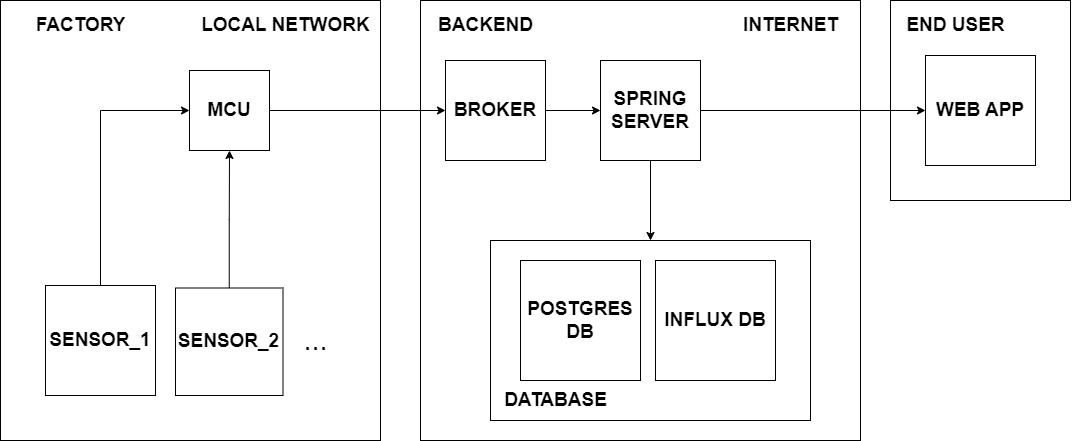
Before: Diagrams/System architecture (block diagram).drawio.png, a diagram exported from draw.io (MiguelRocha2001/PS-Monitor-IoT-System). Source tidied: cells renumbered, new cells last; positions are measured from the earlier drawing's top-left corner, leaving out a move shared by most shapes. Its diagram source:
```xml
<mxGraphModel>
  <root>
    <mxCell id="0" />
    <mxCell id="1" parent="0" />
    <mxCell id="2" style="rounded=0;whiteSpace=wrap;html=1;" parent="1" vertex="1">
      <mxGeometry width="380" height="440" as="geometry" />
    </mxCell>
    <mxCell id="3" value="FACTORY" style="text;html=1;align=center;verticalAlign=middle;strokeColor=none;fillColor=none;fontStyle=1;fontSize=19;" parent="1" vertex="1">
      <mxGeometry x="25" y="5" width="110" height="40" as="geometry" />
    </mxCell>
    <mxCell id="4" style="rounded=0;whiteSpace=wrap;html=1;" parent="1" vertex="1">
      <mxGeometry x="420" width="440" height="440" as="geometry" />
    </mxCell>
    <mxCell id="5" style="edgeStyle=orthogonalEdgeStyle;rounded=0;jettySize=auto;html=1;" parent="1" edge="1" source="6" target="11">
      <mxGeometry relative="1" as="geometry" />
    </mxCell>
    <mxCell id="6" value="&lt;font style=&quot;font-size: 19px;&quot;&gt;MCU&lt;/font&gt;" style="whiteSpace=wrap;html=1;fontStyle=1;" parent="1" vertex="1">
      <mxGeometry x="189" y="70" width="80" height="80" as="geometry" />
    </mxCell>
    <mxCell id="7" value="BACKEND" style="text;html=1;align=center;verticalAlign=middle;strokeColor=none;fillColor=none;fontStyle=1;fontSize=19;" parent="1" vertex="1">
      <mxGeometry x="425" y="5" width="120" height="40" as="geometry" />
    </mxCell>
    <mxCell id="8" style="edgeStyle=orthogonalEdgeStyle;rounded=0;jettySize=auto;html=1;" parent="1" edge="1" source="9" target="12">
      <mxGeometry relative="1" as="geometry" />
    </mxCell>
    <mxCell id="9" value="SPRING&lt;br style=&quot;font-size: 19px;&quot;&gt;SERVER" style="whiteSpace=wrap;html=1;fontStyle=1;fontSize=19;" parent="1" vertex="1">
      <mxGeometry x="600" y="60" width="100" height="100" as="geometry" />
    </mxCell>
    <mxCell id="10" style="edgeStyle=orthogonalEdgeStyle;rounded=0;jettySize=auto;html=1;" parent="1" edge="1" source="11" target="9">
      <mxGeometry relative="1" as="geometry" />
    </mxCell>
    <mxCell id="11" value="BROKER" style="whiteSpace=wrap;html=1;fontStyle=1;fontSize=19;" parent="1" vertex="1">
      <mxGeometry x="445" y="60" width="100" height="100" as="geometry" />
    </mxCell>
    <mxCell id="12" style="rounded=0;whiteSpace=wrap;html=1;" parent="1" vertex="1">
      <mxGeometry x="490" y="240" width="320" height="180" as="geometry" />
    </mxCell>
    <mxCell id="13" value="POSTGRES DB" style="whiteSpace=wrap;html=1;fontStyle=1;fontSize=19;" parent="1" vertex="1">
      <mxGeometry x="520" y="260" width="120" height="120" as="geometry" />
    </mxCell>
    <mxCell id="14" value="INFLUX DB" style="whiteSpace=wrap;html=1;" parent="1" vertex="1">
      <mxGeometry x="655" y="260" width="80" height="80" as="geometry" />
    </mxCell>
    <mxCell id="15" value="DATABASE" style="text;html=1;align=center;verticalAlign=middle;strokeColor=none;fillColor=none;fontStyle=1;fontSize=19;" parent="1" vertex="1">
      <mxGeometry x="490" y="380" width="130" height="40" as="geometry" />
    </mxCell>
    <mxCell id="16" value="SENSORS" style="text;html=1;align=center;verticalAlign=middle;strokeColor=none;fillColor=none;fontStyle=1;" parent="1" vertex="1">
      <mxGeometry x="75" y="340" width="80" height="30" as="geometry" />
    </mxCell>
    <mxCell id="17" style="rounded=0;whiteSpace=wrap;html=1;" parent="1" vertex="1">
      <mxGeometry x="890" width="180" height="200" as="geometry" />
    </mxCell>
    <mxCell id="18" value="END USER" style="text;html=1;align=center;verticalAlign=middle;strokeColor=none;fillColor=none;fontStyle=1;fontSize=19;" parent="1" vertex="1">
      <mxGeometry x="895" y="5" width="120" height="40" as="geometry" />
    </mxCell>
    <mxCell id="19" value="WEB APP" style="whiteSpace=wrap;html=1;fontStyle=1;fontSize=19;" parent="1" vertex="1">
      <mxGeometry x="925" y="55" width="110" height="110" as="geometry" />
    </mxCell>
    <mxCell id="20" style="edgeStyle=orthogonalEdgeStyle;rounded=0;jettySize=auto;html=1;" parent="1" edge="1" source="9" target="19">
      <mxGeometry relative="1" as="geometry" />
    </mxCell>
    <mxCell id="21" style="edgeStyle=orthogonalEdgeStyle;rounded=0;jettySize=auto;html=1;" parent="1" edge="1" source="22" target="6">
      <mxGeometry relative="1" as="geometry" />
    </mxCell>
    <mxCell id="22" value="SENSOR_2" style="whiteSpace=wrap;html=1;fontStyle=1;fontSize=19;" parent="1" vertex="1">
      <mxGeometry x="175" y="287.5" width="107.5" height="107.5" as="geometry" />
    </mxCell>
    <mxCell id="23" style="edgeStyle=orthogonalEdgeStyle;rounded=0;jettySize=auto;html=1;entryX=0;entryY=0.5;entryDx=0;entryDy=0;exitX=0.5;exitY=0;exitDx=0;exitDy=0;" parent="1" edge="1" source="24" target="6">
      <mxGeometry relative="1" as="geometry" />
    </mxCell>
    <mxCell id="24" value="SENSOR_1" style="whiteSpace=wrap;html=1;fontStyle=1;fontSize=19;" parent="1" vertex="1">
      <mxGeometry x="45" y="285" width="110" height="110" as="geometry" />
    </mxCell>
    <mxCell id="25" value="INFLUX DB" style="whiteSpace=wrap;html=1;fontStyle=1;fontSize=19;" parent="1" vertex="1">
      <mxGeometry x="655" y="260" width="120" height="120" as="geometry" />
    </mxCell>
    <mxCell id="26" value="INTERNET" style="text;html=1;align=center;verticalAlign=middle;strokeColor=none;fillColor=none;fontStyle=1;fontSize=19;" parent="1" vertex="1">
      <mxGeometry x="730" y="5" width="120" height="40" as="geometry" />
    </mxCell>
    <mxCell id="27" value="LOCAL NETWORK" style="text;html=1;align=center;verticalAlign=middle;strokeColor=none;fillColor=none;fontStyle=1;fontSize=19;" parent="1" vertex="1">
      <mxGeometry x="190" y="5" width="190" height="40" as="geometry" />
    </mxCell>
    <mxCell id="28" value="..." style="text;html=1;align=center;verticalAlign=middle;strokeColor=none;fillColor=none;fontSize=29;" parent="1" vertex="1">
      <mxGeometry x="290" y="315" width="50" height="50" as="geometry" />
    </mxCell>
  </root>
</mxGraphModel>
```
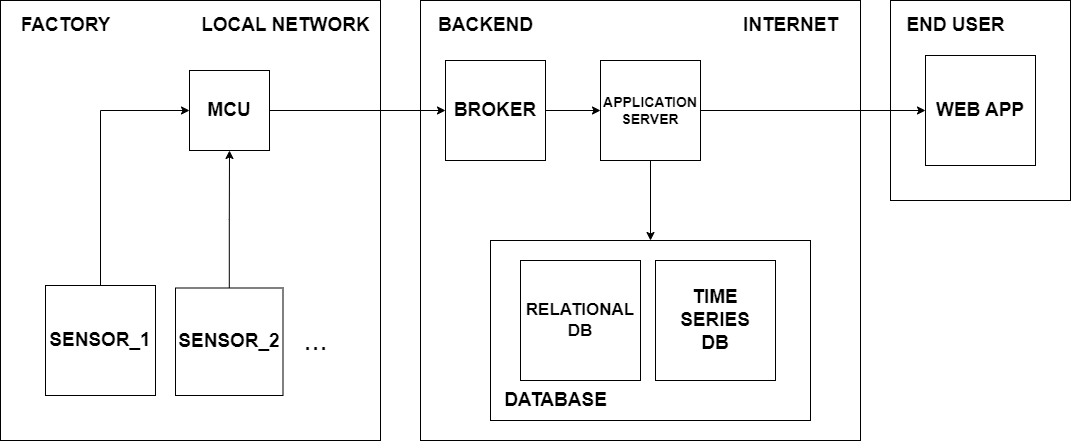
Above is the later version.

Change to the diagram source:
```diff
@@ -6,7 +6,7 @@
       <mxGeometry width="380" height="440" as="geometry" />
     </mxCell>
     <mxCell id="3" value="FACTORY" style="text;html=1;align=center;verticalAlign=middle;strokeColor=none;fillColor=none;fontStyle=1;fontSize=19;" parent="1" vertex="1">
-      <mxGeometry x="25" y="5" width="110" height="40" as="geometry" />
+      <mxGeometry x="10" y="5" width="110" height="40" as="geometry" />
     </mxCell>
     <mxCell id="4" style="rounded=0;whiteSpace=wrap;html=1;" parent="1" vertex="1">
       <mxGeometry x="420" width="440" height="440" as="geometry" />
@@ -23,7 +23,7 @@
     <mxCell id="8" style="edgeStyle=orthogonalEdgeStyle;rounded=0;jettySize=auto;html=1;" parent="1" edge="1" source="9" target="12">
       <mxGeometry relative="1" as="geometry" />
     </mxCell>
-    <mxCell id="9" value="SPRING&lt;br style=&quot;font-size: 19px;&quot;&gt;SERVER" style="whiteSpace=wrap;html=1;fontStyle=1;fontSize=19;" parent="1" vertex="1">
+    <mxCell id="9" value="APPLICATION&lt;br style=&quot;font-size: 14px;&quot;&gt;SERVER" style="whiteSpace=wrap;html=1;fontStyle=1;fontSize=14;" parent="1" vertex="1">
       <mxGeometry x="600" y="60" width="100" height="100" as="geometry" />
     </mxCell>
     <mxCell id="10" style="edgeStyle=orthogonalEdgeStyle;rounded=0;jettySize=auto;html=1;" parent="1" edge="1" source="11" target="9">
@@ -35,7 +35,7 @@
     <mxCell id="12" style="rounded=0;whiteSpace=wrap;html=1;" parent="1" vertex="1">
       <mxGeometry x="490" y="240" width="320" height="180" as="geometry" />
     </mxCell>
-    <mxCell id="13" value="POSTGRES DB" style="whiteSpace=wrap;html=1;fontStyle=1;fontSize=19;" parent="1" vertex="1">
+    <mxCell id="13" value="RELATIONAL&lt;br style=&quot;font-size: 17px;&quot;&gt;DB" style="whiteSpace=wrap;html=1;fontStyle=1;fontSize=17;" parent="1" vertex="1">
       <mxGeometry x="520" y="260" width="120" height="120" as="geometry" />
     </mxCell>
     <mxCell id="14" value="INFLUX DB" style="whiteSpace=wrap;html=1;" parent="1" vertex="1">
@@ -71,7 +71,7 @@
     <mxCell id="24" value="SENSOR_1" style="whiteSpace=wrap;html=1;fontStyle=1;fontSize=19;" parent="1" vertex="1">
       <mxGeometry x="45" y="285" width="110" height="110" as="geometry" />
     </mxCell>
-    <mxCell id="25" value="INFLUX DB" style="whiteSpace=wrap;html=1;fontStyle=1;fontSize=19;" parent="1" vertex="1">
+    <mxCell id="25" value="TIME&lt;br&gt;SERIES&lt;br&gt;DB" style="whiteSpace=wrap;html=1;fontStyle=1;fontSize=19;" parent="1" vertex="1">
       <mxGeometry x="655" y="260" width="120" height="120" as="geometry" />
     </mxCell>
     <mxCell id="26" value="INTERNET" style="text;html=1;align=center;verticalAlign=middle;strokeColor=none;fillColor=none;fontStyle=1;fontSize=19;" parent="1" vertex="1">
```
